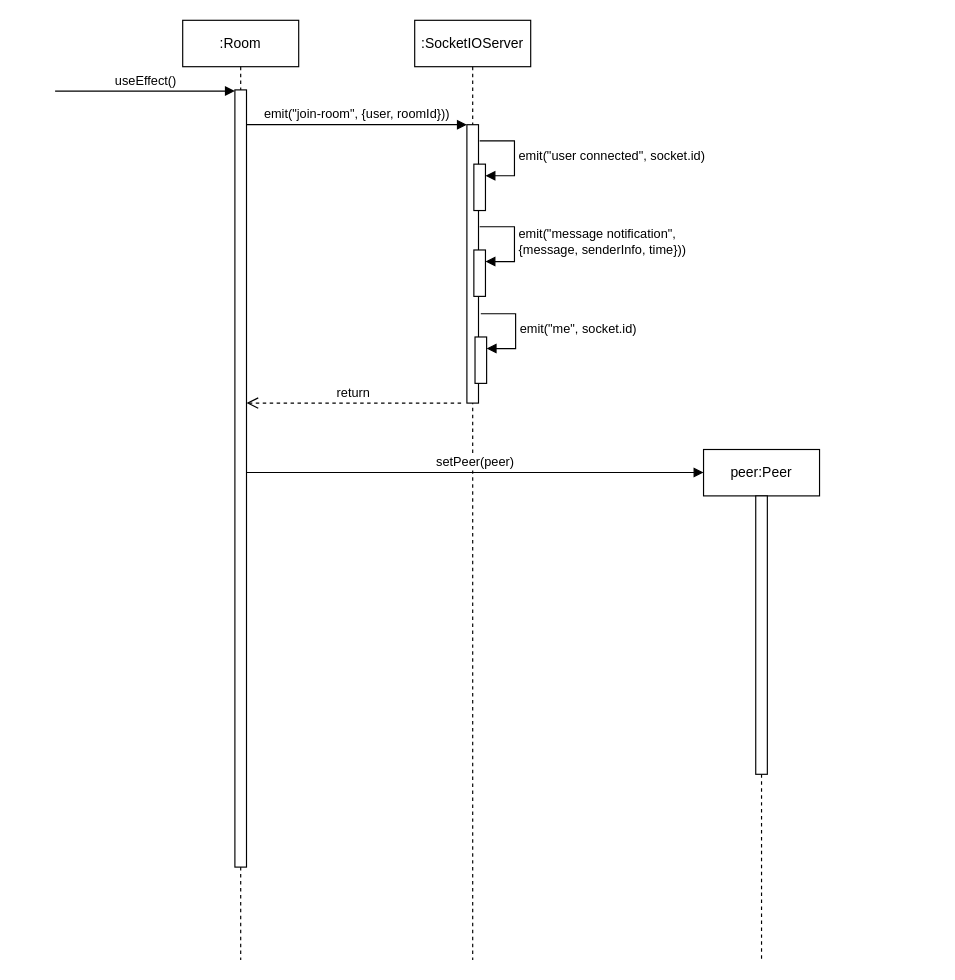
Earlier version of the draw.io diagram CollaborationService.drawio (shaniceng/DrawIODiagrams). Source tidied: cells renumbered, new cells numbered last; positions are measured from the earlier drawing's top-left corner, leaving out a move shared by most shapes. Both pictures are drawn from the tidied source at 116%, with x=0, y=0 at pixel (55, 20).
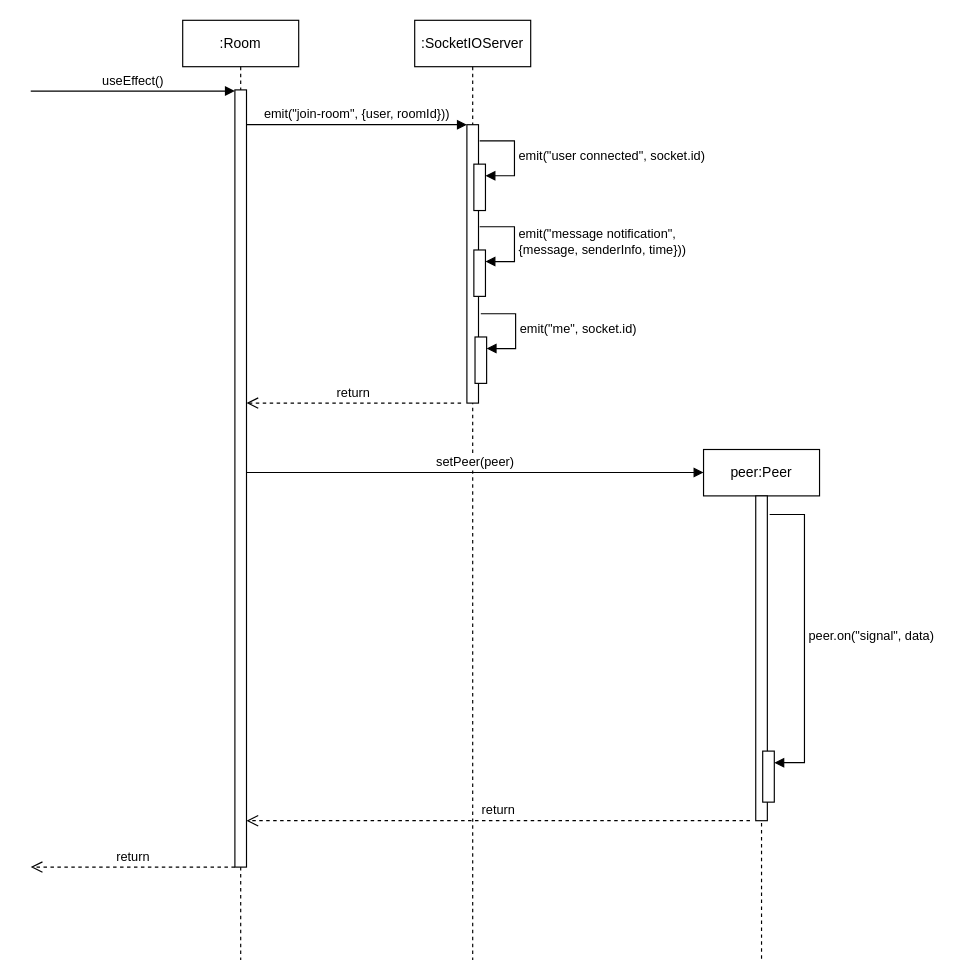
After the change.

The change refers to these unchanged cells:
```xml
<mxCell id="3" style="html=1;points=[[0,0,0,0,5],[0,1,0,0,-5],[1,0,0,0,5],[1,1,0,0,-5]];perimeter=orthogonalPerimeter;outlineConnect=0;targetShapes=umlLifeline;portConstraint=eastwest;newEdgeStyle={&quot;curved&quot;:0,&quot;rounded&quot;:0};" parent="2" vertex="1">
  <mxGeometry x="45" y="60" width="10" height="670" as="geometry" />
</mxCell>
<mxCell id="15" value="peer:Peer" style="shape=umlLifeline;perimeter=lifelinePerimeter;whiteSpace=wrap;html=1;outlineConnect=0;portConstraint=eastwest;newEdgeStyle={&quot;curved&quot;:0,&quot;rounded&quot;:0};" parent="1" vertex="1">
  <mxGeometry x="559" y="370" width="100" height="440" as="geometry" />
</mxCell>
```

The edit, as a diff of the source:
```diff
@@
     <mxCell id="4" value="useEffect()" style="html=1;verticalAlign=bottom;endArrow=block;curved=0;rounded=0;entryX=0;entryY=0;entryDx=0;entryDy=5;entryPerimeter=0;" parent="1" edge="1">
       <mxGeometry relative="1" as="geometry">
-        <mxPoint y="61" as="sourcePoint" />
+        <mxPoint x="-21" y="61" as="sourcePoint" />
         <mxPoint x="155" y="61" as="targetPoint" />
       </mxGeometry>
     </mxCell>
@@
     <mxCell id="16" style="html=1;perimeter=orthogonalPerimeter;targetShapes=umlLifeline;newEdgeStyle={&quot;curved&quot;:0,&quot;rounded&quot;:0};" parent="15" vertex="1">
-      <mxGeometry x="45" y="40" width="10" height="240" as="geometry" />
+      <mxGeometry x="45" y="40" width="10" height="280" as="geometry" />
     </mxCell>
+    <mxCell id="18" style="html=1;points=[[0,0,0,0,5],[0,1,0,0,-5],[1,0,0,0,5],[1,1,0,0,-5]];perimeter=orthogonalPerimeter;outlineConnect=0;targetShapes=umlLifeline;portConstraint=eastwest;newEdgeStyle={&quot;curved&quot;:0,&quot;rounded&quot;:0};" parent="15" vertex="1">
+      <mxGeometry x="51" y="260" width="10" height="44" as="geometry" />
+    </mxCell>
+    <mxCell id="19" value="peer.on(&quot;signal&quot;, data)" style="html=1;align=left;spacingLeft=2;endArrow=block;rounded=0;edgeStyle=orthogonalEdgeStyle;curved=0;rounded=0;" parent="15" edge="1" target="18">
+      <mxGeometry relative="1" as="geometry">
+        <mxPoint x="57" y="56" as="sourcePoint" />
+        <Array as="points">
+          <mxPoint x="87" y="56" />
+          <mxPoint x="87" y="270" />
+        </Array>
+      </mxGeometry>
+    </mxCell>
@@
+    <mxCell id="20" value="return" style="html=1;verticalAlign=bottom;endArrow=open;dashed=1;endSize=8;curved=0;rounded=0;" parent="1" edge="1">
+      <mxGeometry relative="1" as="geometry">
+        <mxPoint x="599" y="690" as="sourcePoint" />
+        <mxPoint x="165" y="690" as="targetPoint" />
+      </mxGeometry>
+    </mxCell>
+    <mxCell id="21" value="return" style="html=1;verticalAlign=bottom;endArrow=open;dashed=1;endSize=8;curved=0;rounded=0;" parent="1" edge="1" source="3">
+      <mxGeometry relative="1" as="geometry">
+        <mxPoint x="-21" y="730" as="targetPoint" />
+      </mxGeometry>
+    </mxCell>
```
